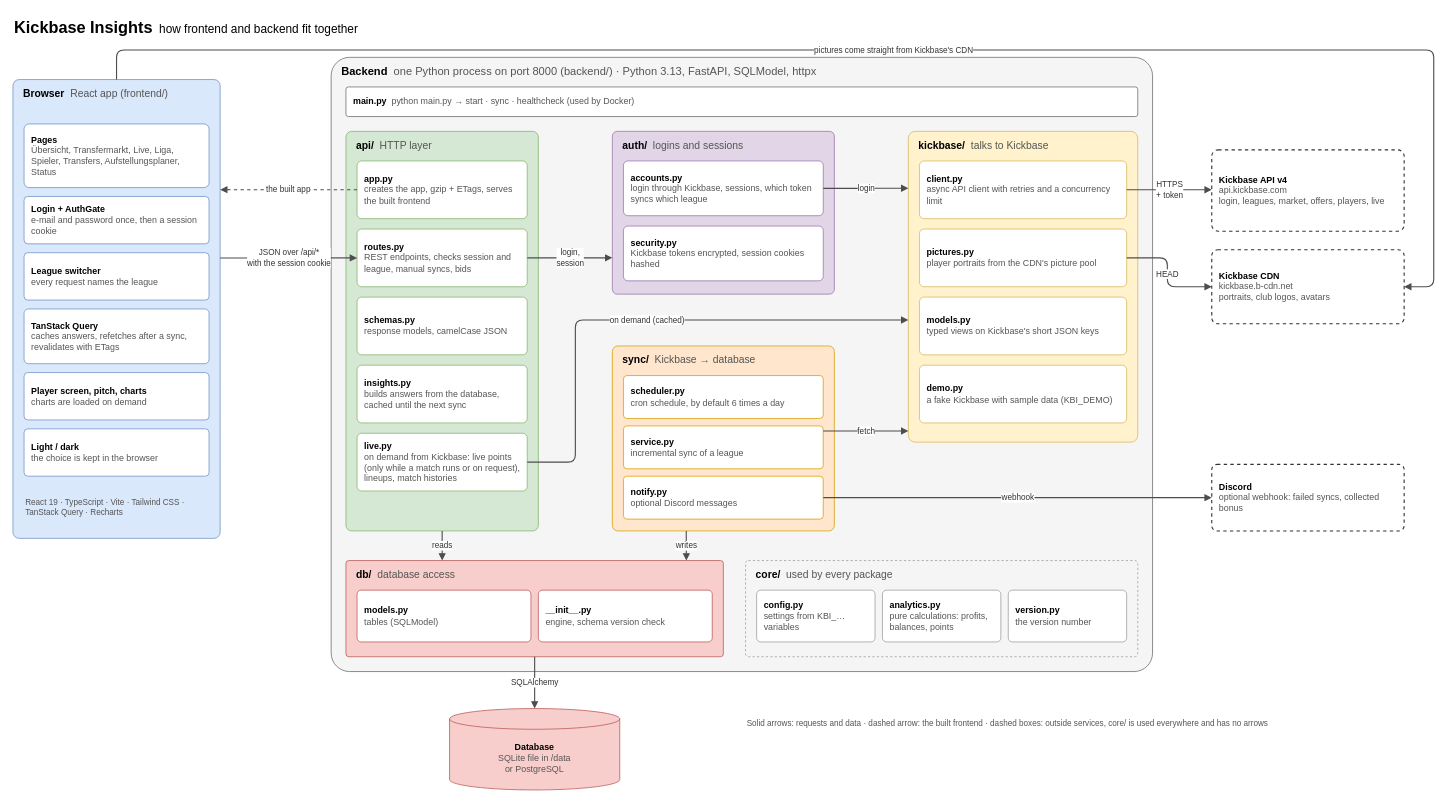
Before: page "Architecture" (1 of 2) of docs/architecture.drawio in casudo/Kickbase-Insights, a draw.io diagram. Source tidied: cells renumbered, new cells numbered last; positions are measured from the earlier drawing's top-left corner, leaving out a move shared by most shapes. Both pictures are drawn from the tidied source at 74%, with x=0, y=0 at pixel (13, 13).
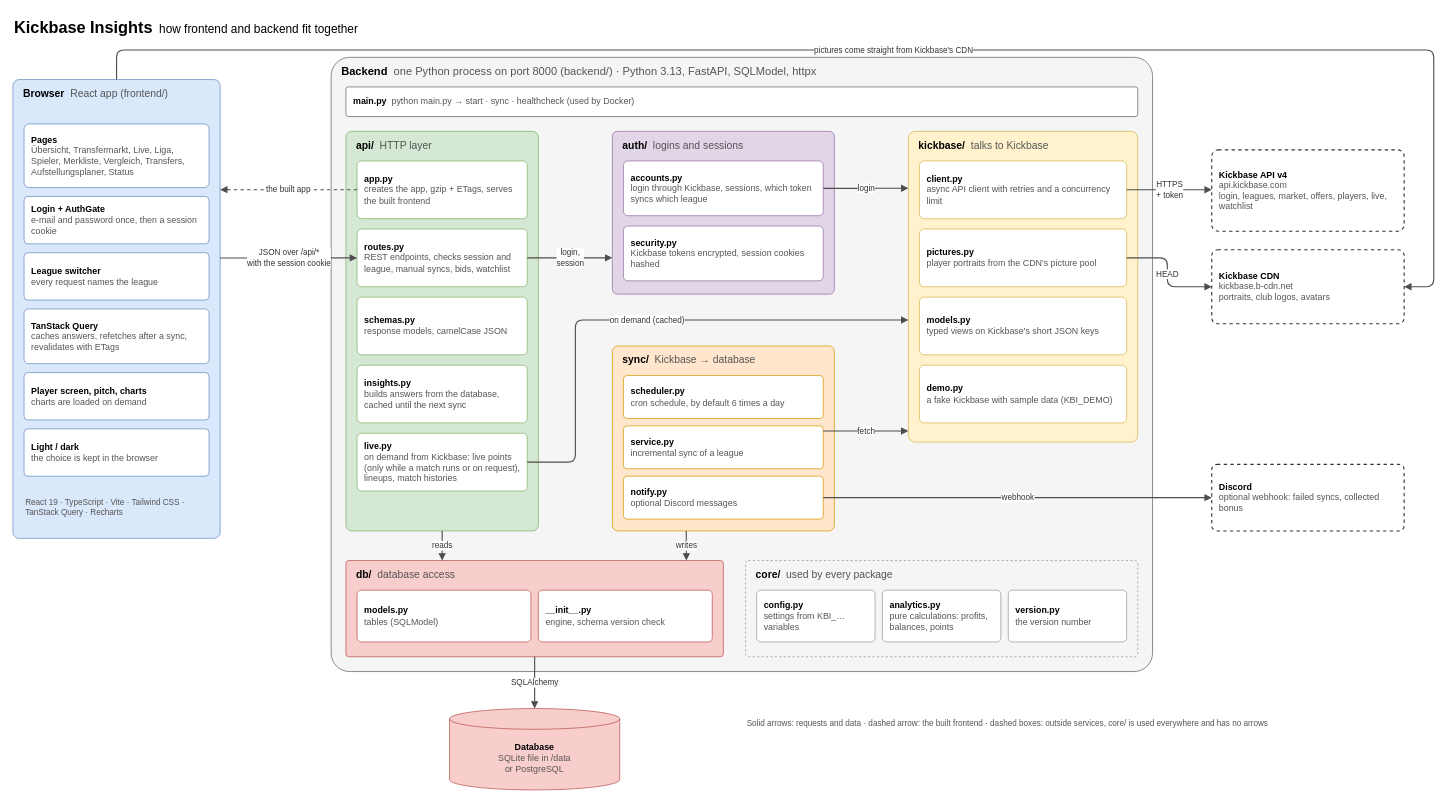
Above is the later version.

Commit message (it also covers changes not shown here):
feat(api): add `/v4/leagues/{league_id}/scoutedplayers` endpoint

Unchanged cells that the change refers to:
```xml
<mxCell id="3" value="&lt;b&gt;Browser&lt;/b&gt;&amp;nbsp;&amp;nbsp;&lt;font color=&quot;#555555&quot;&gt;React app (frontend/)&lt;/font&gt;" style="rounded=1;whiteSpace=wrap;html=1;arcSize=3;verticalAlign=top;align=left;spacingLeft=12;spacingTop=4;fontSize=14;fillColor=#dae8fc;strokeColor=#6c8ebf;" parent="1" vertex="1">
  <mxGeometry y="90" width="280" height="620" as="geometry" />
</mxCell>
<mxCell id="13" value="&lt;b&gt;api/&lt;/b&gt;&amp;nbsp;&amp;nbsp;&lt;font color=&quot;#555555&quot;&gt;HTTP layer&lt;/font&gt;" style="rounded=1;whiteSpace=wrap;html=1;arcSize=3;verticalAlign=top;align=left;spacingLeft=12;spacingTop=4;fontSize=14;fillColor=#d5e8d4;strokeColor=#82b366;" parent="11" vertex="1">
  <mxGeometry x="20" y="100" width="260" height="540" as="geometry" />
</mxCell>
```

The edit, as a diff of the source:
```diff
@@
-    <mxCell id="4" value="&lt;b&gt;Pages&lt;/b&gt;&lt;br&gt;&lt;font color=&quot;#555555&quot;&gt;Übersicht, Transfermarkt, Live, Liga, Spieler, Transfers, Aufstellungsplaner, Status&lt;/font&gt;" style="rounded=1;whiteSpace=wrap;html=1;arcSize=8;align=left;verticalAlign=middle;spacingLeft=8;spacingRight=6;fontSize=12;fillColor=#ffffff;strokeColor=#6c8ebf;" parent="3" vertex="1">
+    <mxCell id="4" value="&lt;b&gt;Pages&lt;/b&gt;&lt;br&gt;&lt;font color=&quot;#555555&quot;&gt;Übersicht, Transfermarkt, Live, Liga, Spieler, Merkliste, Vergleich, Transfers, Aufstellungsplaner, Status&lt;/font&gt;" style="rounded=1;whiteSpace=wrap;html=1;arcSize=8;align=left;verticalAlign=middle;spacingLeft=8;spacingRight=6;fontSize=12;fillColor=#ffffff;strokeColor=#6c8ebf;" parent="3" vertex="1">
       <mxGeometry x="15" y="60" width="250" height="86" as="geometry" />
     </mxCell>
@@
-    <mxCell id="15" value="&lt;b&gt;routes.py&lt;/b&gt;&lt;br&gt;&lt;font color=&quot;#555555&quot;&gt;REST endpoints, checks session and league, manual syncs, bids&lt;/font&gt;" style="rounded=1;whiteSpace=wrap;html=1;arcSize=8;align=left;verticalAlign=middle;spacingLeft=8;spacingRight=6;fontSize=12;fillColor=#ffffff;strokeColor=#82b366;" parent="13" vertex="1">
+    <mxCell id="15" value="&lt;b&gt;routes.py&lt;/b&gt;&lt;br&gt;&lt;font color=&quot;#555555&quot;&gt;REST endpoints, checks session and league, manual syncs, bids, watchlist&lt;/font&gt;" style="rounded=1;whiteSpace=wrap;html=1;arcSize=8;align=left;verticalAlign=middle;spacingLeft=8;spacingRight=6;fontSize=12;fillColor=#ffffff;strokeColor=#82b366;" parent="13" vertex="1">
       <mxGeometry x="15" y="132" width="230" height="78" as="geometry" />
     </mxCell>
@@
-    <mxCell id="39" value="&lt;b&gt;Kickbase API v4&lt;/b&gt;&lt;br&gt;&lt;font color=&quot;#555555&quot;&gt;api.kickbase.com&lt;br&gt;login, leagues, market, offers, players, live&lt;/font&gt;" style="rounded=1;whiteSpace=wrap;html=1;arcSize=8;align=left;verticalAlign=middle;spacingLeft=8;spacingRight=6;fontSize=12;fillColor=#ffffff;strokeColor=#333333;strokeWidth=1.5;dashed=1;fontSize=12;" parent="1" vertex="1">
+    <mxCell id="39" value="&lt;b&gt;Kickbase API v4&lt;/b&gt;&lt;br&gt;&lt;font color=&quot;#555555&quot;&gt;api.kickbase.com&lt;br&gt;login, leagues, market, offers, players, live, watchlist&lt;/font&gt;" style="rounded=1;whiteSpace=wrap;html=1;arcSize=8;align=left;verticalAlign=middle;spacingLeft=8;spacingRight=6;fontSize=12;fillColor=#ffffff;strokeColor=#333333;strokeWidth=1.5;dashed=1;fontSize=12;" parent="1" vertex="1">
       <mxGeometry x="1620" y="185" width="260" height="110" as="geometry" />
     </mxCell>
```
